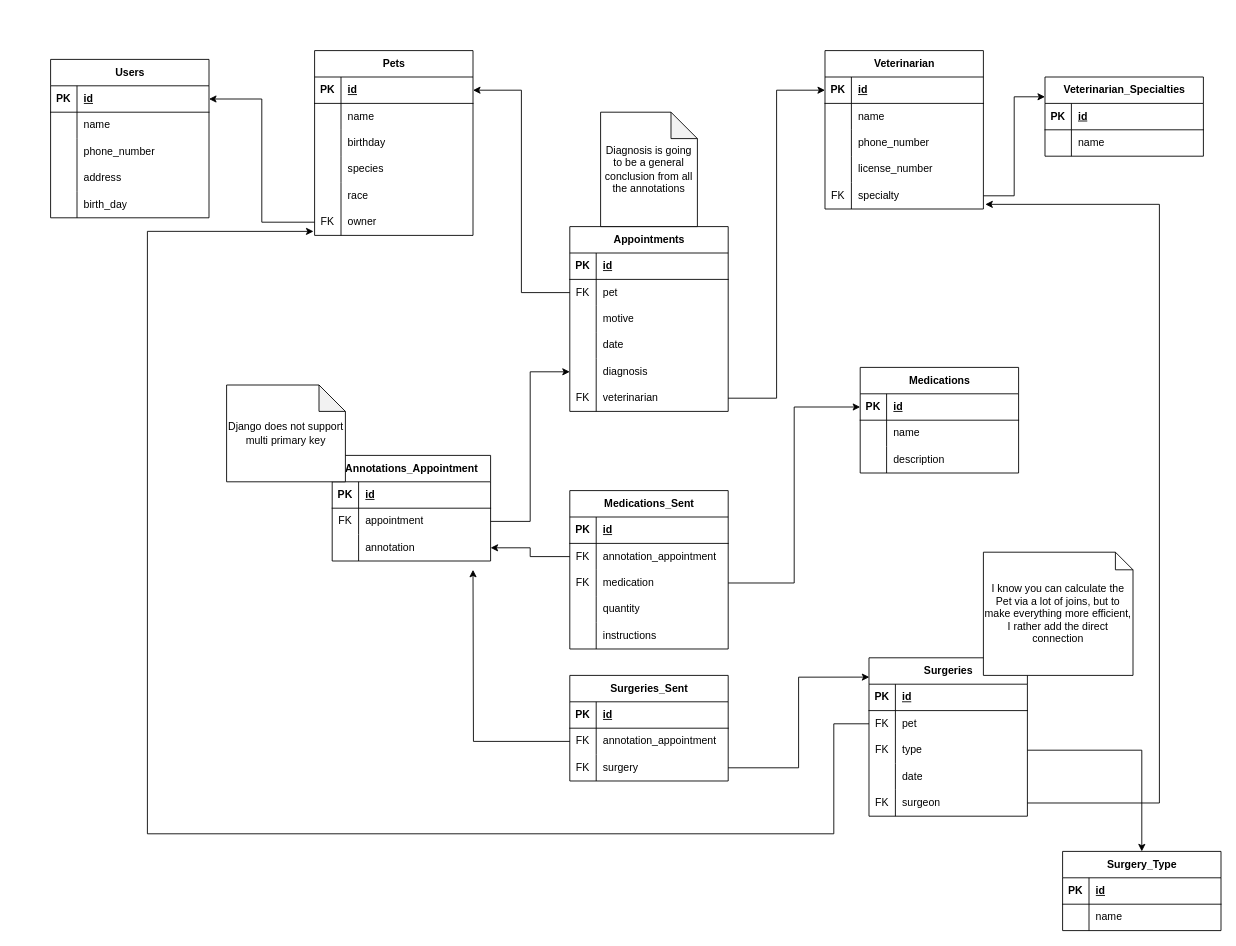
Laughcheeta1/VeterinaryPythonPracticalCourse keeps this draw.io diagram as DB_diagram.drawio. Above is the earlier version. Source tidied: cells renumbered, new cells numbered last; positions are measured from the earlier drawing's top-left corner, leaving out a move shared by most shapes. Both pictures are drawn from the tidied source at 88%, with x=0, y=0 at pixel (50, 50).
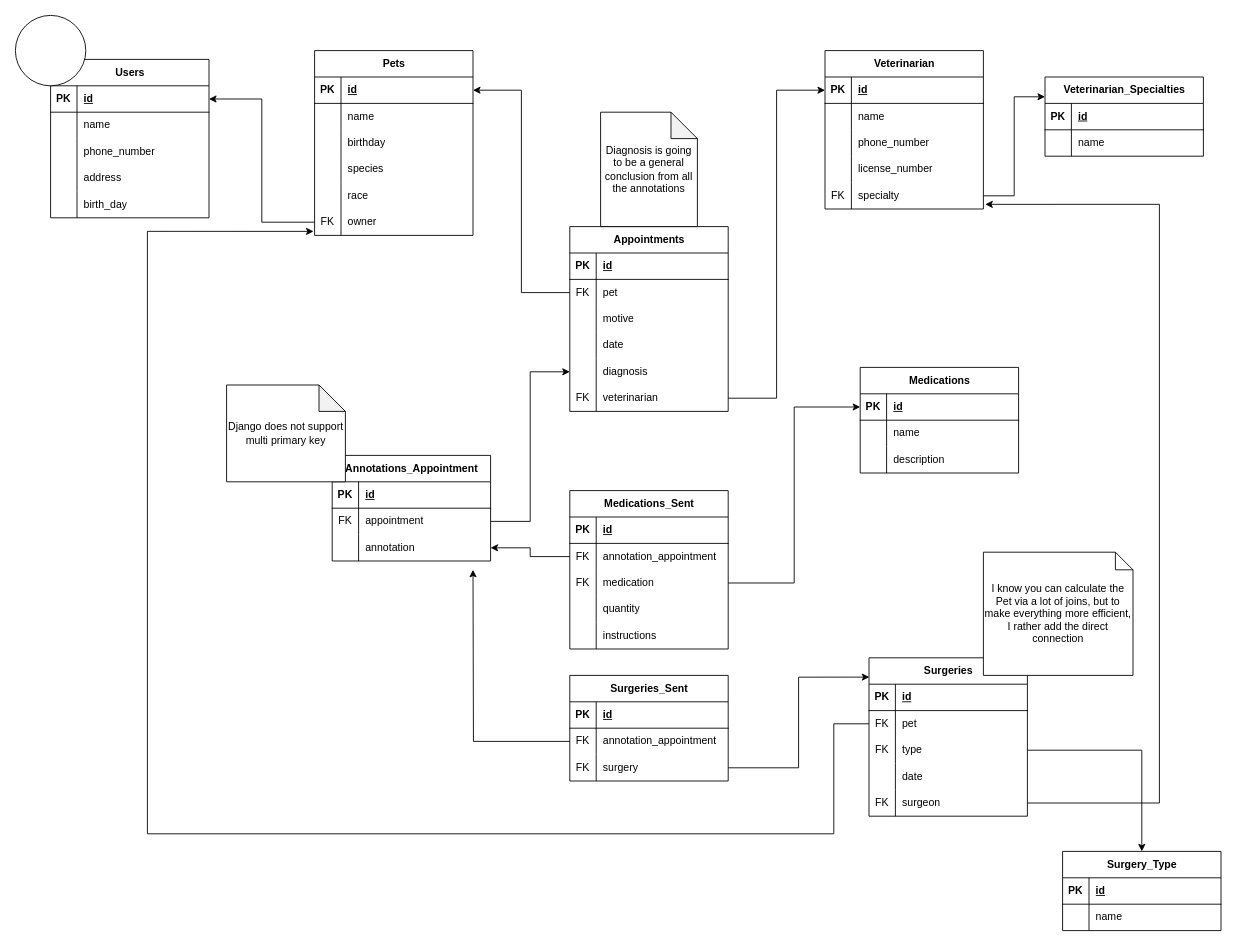
Above is the later version.

Commit message (it also covers changes not shown here):
Updated the Pet model

The edit, as a diff of the source:
```diff
@@
+    <mxCell id="163" style="ellipse;whiteSpace=wrap;html=1;" parent="1" vertex="1">
+      <mxGeometry x="-40" y="-40" width="80" height="80" as="geometry" />
+    </mxCell>
```
